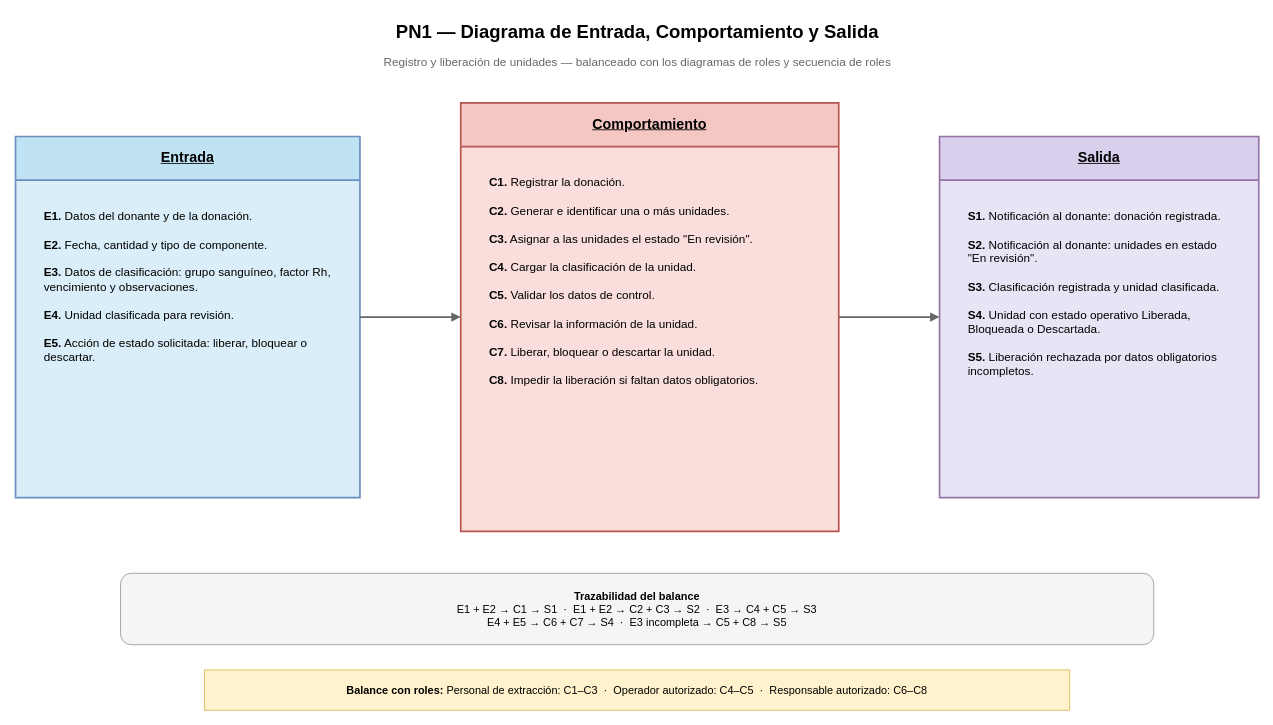
The draw.io diagram Diagramas/Secuencia de Roles/PN1_DiagramaEntradaComportamientoSalida.drawio in juanNH/Ingenieria-de-Software, before the edit. Source tidied: cells renumbered, new cells numbered last; positions are measured from the earlier drawing's top-left corner, leaving out a move shared by most shapes. Both pictures are drawn from the tidied source at 84%, with x=0, y=0 at pixel (15, 14).
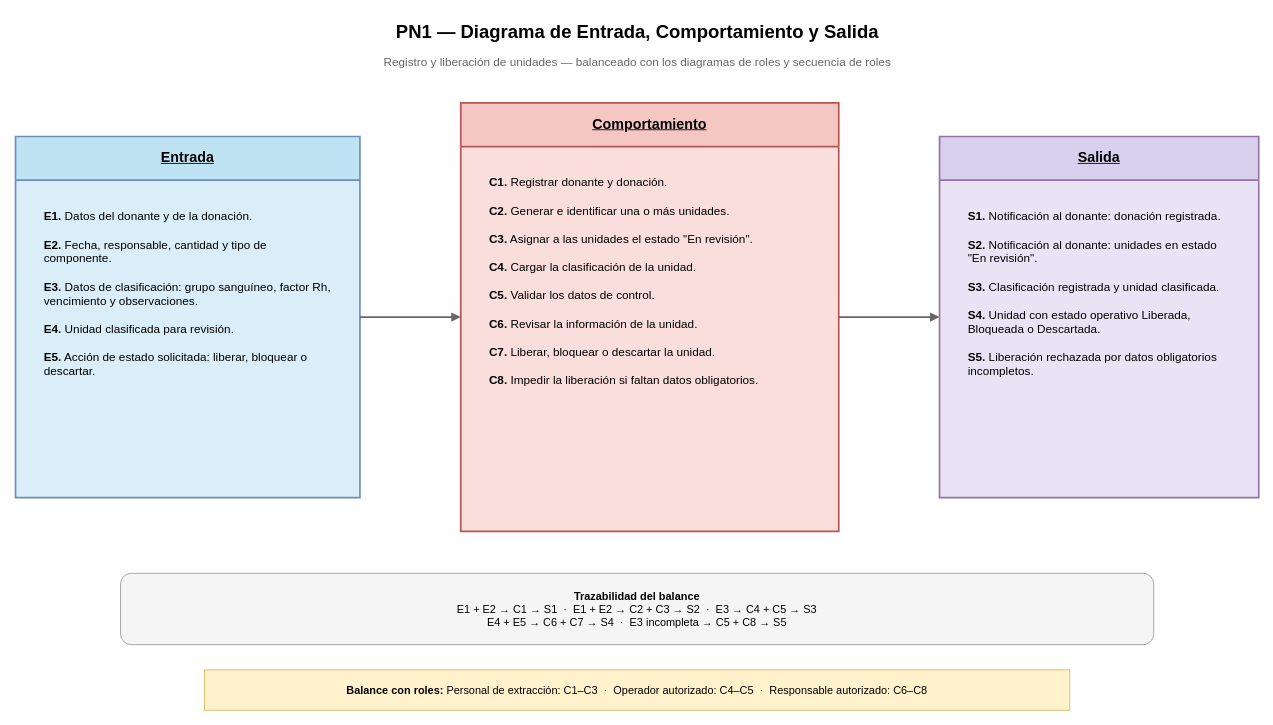
After the change.

Change to the diagram source:
```diff
@@
 <mxGraphModel>
   <root>
     <mxCell id="0" />
     <mxCell id="1" parent="0" />
     <mxCell id="2" value="PN1 — Diagrama de Entrada, Comportamiento y Salida" style="text;html=1;strokeColor=none;fillColor=none;fontStyle=1;fontSize=22;align=center;verticalAlign=middle;fontFamily=Arial;" parent="1" vertex="1">
       <mxGeometry x="190" width="1100" height="42" as="geometry" />
     </mxCell>
     <mxCell id="3" value="Registro y liberación de unidades — balanceado con los diagramas de roles y secuencia de roles" style="text;html=1;strokeColor=none;fillColor=none;fontSize=14;align=center;verticalAlign=middle;fontColor=#666666;fontFamily=Arial;" parent="1" vertex="1">
       <mxGeometry x="190" y="43" width="1100" height="28" as="geometry" />
     </mxCell>
     <mxCell id="4" value="&lt;b&gt;&lt;u&gt;Entrada&lt;/u&gt;&lt;/b&gt;" style="swimlane;horizontal=1;startSize=52;whiteSpace=wrap;html=1;rounded=0;fillColor=#bfe3f2;swimlaneFillColor=#d9eef8;strokeColor=#6c8ebf;strokeWidth=2;fontSize=17;fontFamily=Arial;align=center;verticalAlign=middle;" parent="1" vertex="1">
       <mxGeometry y="145" width="410" height="430" as="geometry" />
     </mxCell>
-    <mxCell id="5" value="&lt;b&gt;E1.&lt;/b&gt; Datos del donante y de la donación.&lt;br&gt;&lt;br&gt;&lt;b&gt;E2.&lt;/b&gt; Fecha, cantidad y tipo de componente.&lt;br&gt;&lt;br&gt;&lt;b&gt;E3.&lt;/b&gt; Datos de clasificación: grupo sanguíneo, factor Rh, vencimiento y observaciones.&lt;br&gt;&lt;br&gt;&lt;b&gt;E4.&lt;/b&gt; Unidad clasificada para revisión.&lt;br&gt;&lt;br&gt;&lt;b&gt;E5.&lt;/b&gt; Acción de estado solicitada: liberar, bloquear o descartar." style="text;html=1;strokeColor=none;fillColor=none;whiteSpace=wrap;fontSize=14;fontFamily=Arial;align=left;verticalAlign=top;spacingLeft=12;spacingRight=12;spacingTop=10;" parent="1" vertex="1">
+    <mxCell id="5" value="&lt;b&gt;E1.&lt;/b&gt; Datos del donante y de la donación.&lt;br&gt;&lt;br&gt;&lt;b&gt;E2.&lt;/b&gt; Fecha, responsable, cantidad y tipo de componente.&lt;br&gt;&lt;br&gt;&lt;b&gt;E3.&lt;/b&gt; Datos de clasificación: grupo sanguíneo, factor Rh, vencimiento y observaciones.&lt;br&gt;&lt;br&gt;&lt;b&gt;E4.&lt;/b&gt; Unidad clasificada para revisión.&lt;br&gt;&lt;br&gt;&lt;b&gt;E5.&lt;/b&gt; Acción de estado solicitada: liberar, bloquear o descartar." style="text;html=1;strokeColor=none;fillColor=none;whiteSpace=wrap;fontSize=14;fontFamily=Arial;align=left;verticalAlign=top;spacingLeft=12;spacingRight=12;spacingTop=10;" parent="1" vertex="1">
       <mxGeometry x="20" y="215" width="370" height="335" as="geometry" />
     </mxCell>
     <mxCell id="6" value="&lt;b&gt;&lt;u&gt;Comportamiento&lt;/u&gt;&lt;/b&gt;" style="swimlane;horizontal=1;startSize=52;whiteSpace=wrap;html=1;rounded=0;fillColor=#f4c7c3;swimlaneFillColor=#f9dedb;strokeColor=#b85450;strokeWidth=2;fontSize=17;fontFamily=Arial;align=center;verticalAlign=middle;" parent="1" vertex="1">
       <mxGeometry x="530" y="105" width="450" height="510" as="geometry" />
     </mxCell>
-    <mxCell id="7" value="&lt;b&gt;C1.&lt;/b&gt; Registrar la donación.&lt;br&gt;&lt;br&gt;&lt;b&gt;C2.&lt;/b&gt; Generar e identificar una o más unidades.&lt;br&gt;&lt;br&gt;&lt;b&gt;C3.&lt;/b&gt; Asignar a las unidades el estado &amp;quot;En revisión&amp;quot;.&lt;br&gt;&lt;br&gt;&lt;b&gt;C4.&lt;/b&gt; Cargar la clasificación de la unidad.&lt;br&gt;&lt;br&gt;&lt;b&gt;C5.&lt;/b&gt; Validar los datos de control.&lt;br&gt;&lt;br&gt;&lt;b&gt;C6.&lt;/b&gt; Revisar la información de la unidad.&lt;br&gt;&lt;br&gt;&lt;b&gt;C7.&lt;/b&gt; Liberar, bloquear o descartar la unidad.&lt;br&gt;&lt;br&gt;&lt;b&gt;C8.&lt;/b&gt; Impedir la liberación si faltan datos obligatorios." style="text;html=1;strokeColor=none;fillColor=none;whiteSpace=wrap;fontSize=14;fontFamily=Arial;align=left;verticalAlign=top;spacingLeft=12;spacingRight=12;spacingTop=10;" parent="1" vertex="1">
+    <mxCell id="7" value="&lt;b&gt;C1.&lt;/b&gt; Registrar donante y donación.&lt;br&gt;&lt;br&gt;&lt;b&gt;C2.&lt;/b&gt; Generar e identificar una o más unidades.&lt;br&gt;&lt;br&gt;&lt;b&gt;C3.&lt;/b&gt; Asignar a las unidades el estado &amp;quot;En revisión&amp;quot;.&lt;br&gt;&lt;br&gt;&lt;b&gt;C4.&lt;/b&gt; Cargar la clasificación de la unidad.&lt;br&gt;&lt;br&gt;&lt;b&gt;C5.&lt;/b&gt; Validar los datos de control.&lt;br&gt;&lt;br&gt;&lt;b&gt;C6.&lt;/b&gt; Revisar la información de la unidad.&lt;br&gt;&lt;br&gt;&lt;b&gt;C7.&lt;/b&gt; Liberar, bloquear o descartar la unidad.&lt;br&gt;&lt;br&gt;&lt;b&gt;C8.&lt;/b&gt; Impedir la liberación si faltan datos obligatorios." style="text;html=1;strokeColor=none;fillColor=none;whiteSpace=wrap;fontSize=14;fontFamily=Arial;align=left;verticalAlign=top;spacingLeft=12;spacingRight=12;spacingTop=10;" parent="1" vertex="1">
       <mxGeometry x="550" y="175" width="410" height="415" as="geometry" />
     </mxCell>
     <mxCell id="8" value="&lt;b&gt;&lt;u&gt;Salida&lt;/u&gt;&lt;/b&gt;" style="swimlane;horizontal=1;startSize=52;whiteSpace=wrap;html=1;rounded=0;fillColor=#d8d0ed;swimlaneFillColor=#e9e4f5;strokeColor=#9673a6;strokeWidth=2;fontSize=17;fontFamily=Arial;align=center;verticalAlign=middle;" parent="1" vertex="1">
       <mxGeometry x="1100" y="145" width="380" height="430" as="geometry" />
     </mxCell>
     <mxCell id="9" value="&lt;b&gt;S1.&lt;/b&gt; Notificación al donante: donación registrada.&lt;br&gt;&lt;br&gt;&lt;b&gt;S2.&lt;/b&gt; Notificación al donante: unidades en estado &amp;quot;En revisión&amp;quot;.&lt;br&gt;&lt;br&gt;&lt;b&gt;S3.&lt;/b&gt; Clasificación registrada y unidad clasificada.&lt;br&gt;&lt;br&gt;&lt;b&gt;S4.&lt;/b&gt; Unidad con estado operativo Liberada, Bloqueada o Descartada.&lt;br&gt;&lt;br&gt;&lt;b&gt;S5.&lt;/b&gt; Liberación rechazada por datos obligatorios incompletos." style="text;html=1;strokeColor=none;fillColor=none;whiteSpace=wrap;fontSize=14;fontFamily=Arial;align=left;verticalAlign=top;spacingLeft=12;spacingRight=12;spacingTop=10;" parent="1" vertex="1">
       <mxGeometry x="1120" y="215" width="340" height="335" as="geometry" />
     </mxCell>
     <mxCell id="10" style="edgeStyle=orthogonalEdgeStyle;rounded=0;html=1;endArrow=block;endFill=1;strokeColor=#666666;strokeWidth=2;" parent="1" edge="1">
       <mxGeometry relative="1" as="geometry">
         <mxPoint x="410" y="360" as="sourcePoint" />
         <mxPoint x="530" y="360" as="targetPoint" />
       </mxGeometry>
     </mxCell>
     <mxCell id="11" style="edgeStyle=orthogonalEdgeStyle;rounded=0;html=1;endArrow=block;endFill=1;strokeColor=#666666;strokeWidth=2;" parent="1" edge="1">
       <mxGeometry relative="1" as="geometry">
         <mxPoint x="980" y="360" as="sourcePoint" />
         <mxPoint x="1100" y="360" as="targetPoint" />
       </mxGeometry>
     </mxCell>
     <mxCell id="12" value="&lt;b&gt;Trazabilidad del balance&lt;/b&gt;&lt;br&gt;E1 + E2 → C1 → S1 &amp;nbsp;·&amp;nbsp; E1 + E2 → C2 + C3 → S2 &amp;nbsp;·&amp;nbsp; E3 → C4 + C5 → S3&lt;br&gt;E4 + E5 → C6 + C7 → S4 &amp;nbsp;·&amp;nbsp; E3 incompleta → C5 + C8 → S5" style="rounded=1;whiteSpace=wrap;html=1;fillColor=#f5f5f5;strokeColor=#999999;strokeWidth=1;fontSize=13;fontFamily=Arial;align=center;verticalAlign=middle;" parent="1" vertex="1">
       <mxGeometry x="125" y="665" width="1230" height="85" as="geometry" />
     </mxCell>
     <mxCell id="13" value="&lt;b&gt;Balance con roles:&lt;/b&gt; Personal de extracción: C1–C3 &amp;nbsp;·&amp;nbsp; Operador autorizado: C4–C5 &amp;nbsp;·&amp;nbsp; Responsable autorizado: C6–C8" style="rounded=0;whiteSpace=wrap;html=1;fillColor=#fff2cc;strokeColor=#d6b656;fontSize=13;fontFamily=Arial;align=center;verticalAlign=middle;" parent="1" vertex="1">
       <mxGeometry x="225" y="780" width="1030" height="48" as="geometry" />
     </mxCell>
   </root>
 </mxGraphModel>
```
